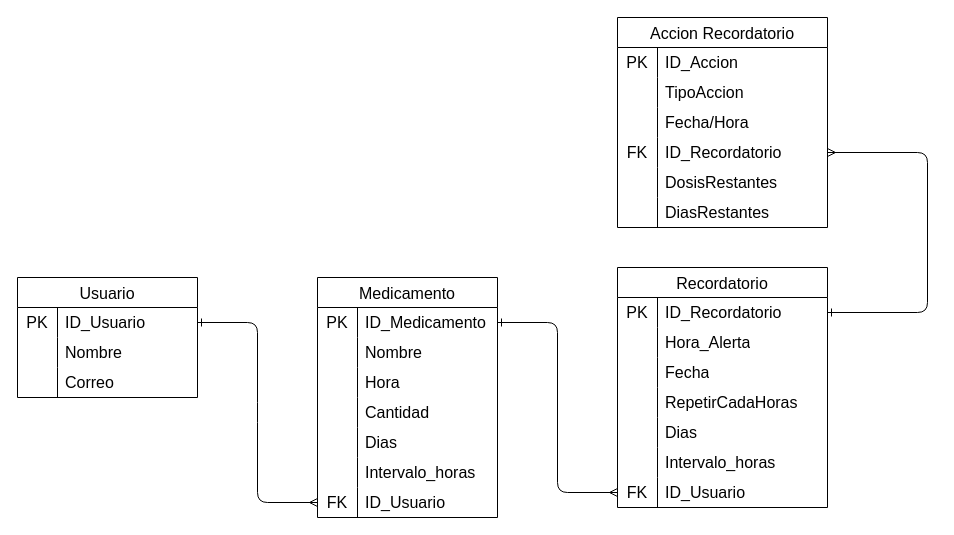
The draw.io diagram diagrams/entidad-relacion.drawio in Leandro-Diaz27/Sonnar-App, before the edit. Source tidied: cells renumbered, new cells numbered last; positions are measured from the earlier drawing's top-left corner, leaving out a move shared by most shapes. Both pictures are drawn from the tidied source at 100%, with x=0, y=0 at pixel (17, 17).
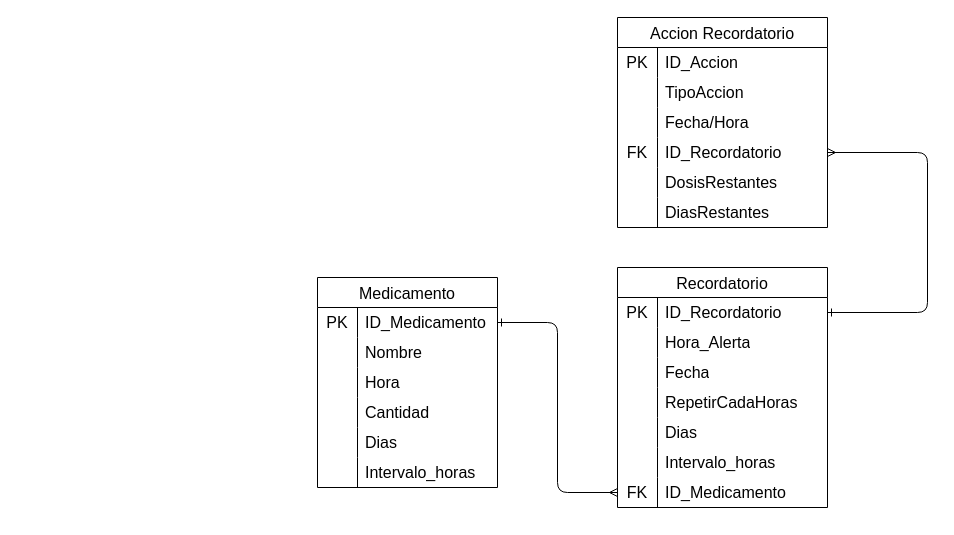
After the change.

The change refers to these unchanged cells:
```xml
<mxCell id="54" style="shape=tableRow;horizontal=0;startSize=0;swimlaneHead=0;swimlaneBody=0;top=0;left=0;bottom=0;right=0;fillColor=none;points=[[0,0.5],[1,0.5]];portConstraint=eastwest;strokeColor=inherit;fontSize=16;" parent="35" vertex="1">
  <mxGeometry y="210" width="210" height="30" as="geometry" />
</mxCell>
```

Change to the diagram source:
```diff
@@
     <mxCell id="2" value="Medicamento" style="shape=table;startSize=30;childLayout=tableLayout;rowLines=0;fontStyle=0;strokeColor=default;fontSize=16;" parent="1" vertex="1">
-      <mxGeometry x="300" y="260" width="180" height="240" as="geometry" />
+      <mxGeometry x="300" y="260" width="180" height="210" as="geometry" />
     </mxCell>
@@
-    <mxCell id="21" style="shape=tableRow;horizontal=0;startSize=0;swimlaneHead=0;swimlaneBody=0;top=0;left=0;bottom=0;right=0;fillColor=none;points=[[0,0.5],[1,0.5]];portConstraint=eastwest;strokeColor=inherit;fontSize=16;" parent="2" vertex="1">
-      <mxGeometry y="210" width="180" height="30" as="geometry" />
-    </mxCell>
-    <mxCell id="22" value="FK" style="shape=partialRectangle;html=1;whiteSpace=wrap;fillColor=none;top=0;left=0;bottom=0;right=0;overflow=hidden;strokeColor=inherit;fontSize=16;" parent="21" vertex="1">
-      <mxGeometry width="40" height="30" as="geometry" />
-    </mxCell>
-    <mxCell id="23" value="ID_Usuario" style="shape=partialRectangle;html=1;whiteSpace=wrap;fillColor=none;top=0;left=0;bottom=0;right=0;align=left;spacingLeft=6;overflow=hidden;strokeColor=inherit;fontSize=16;" parent="21" vertex="1">
-      <mxGeometry x="40" width="140" height="30" as="geometry" />
-    </mxCell>
-    <mxCell id="24" value="Usuario" style="shape=table;startSize=30;childLayout=tableLayout;rowLines=0;fontStyle=0;strokeColor=default;fontSize=16;" parent="1" vertex="1">
-      <mxGeometry y="260" width="180" height="120" as="geometry" />
-    </mxCell>
-    <mxCell id="25" style="shape=tableRow;horizontal=0;startSize=0;swimlaneHead=0;swimlaneBody=0;top=0;left=0;bottom=0;right=0;fillColor=none;points=[[0,0.5],[1,0.5]];portConstraint=eastwest;strokeColor=inherit;fontSize=16;" parent="24" vertex="1">
-      <mxGeometry y="30" width="180" height="30" as="geometry" />
-    </mxCell>
-    <mxCell id="26" value="PK" style="shape=partialRectangle;html=1;whiteSpace=wrap;fillColor=none;top=0;left=0;bottom=0;right=0;overflow=hidden;strokeColor=inherit;fontSize=16;" parent="25" vertex="1">
-      <mxGeometry width="40" height="30" as="geometry" />
-    </mxCell>
-    <mxCell id="27" value="ID_Usuario" style="shape=partialRectangle;html=1;whiteSpace=wrap;fillColor=none;top=0;left=0;bottom=0;right=0;align=left;spacingLeft=6;overflow=hidden;strokeColor=inherit;fontSize=16;" parent="25" vertex="1">
-      <mxGeometry x="40" width="140" height="30" as="geometry" />
-    </mxCell>
-    <mxCell id="28" style="shape=tableRow;horizontal=0;startSize=0;swimlaneHead=0;swimlaneBody=0;top=0;left=0;bottom=0;right=0;fillColor=none;strokeColor=inherit;fontSize=16;" parent="24" vertex="1">
-      <mxGeometry y="60" width="180" height="30" as="geometry" />
-    </mxCell>
-    <mxCell id="29" style="shape=partialRectangle;html=1;whiteSpace=wrap;fillColor=none;top=0;left=0;bottom=0;right=0;overflow=hidden;strokeColor=inherit;fontSize=16;" parent="28" vertex="1">
-      <mxGeometry width="40" height="30" as="geometry" />
-    </mxCell>
-    <mxCell id="30" value="Nombre" style="shape=partialRectangle;html=1;whiteSpace=wrap;fillColor=none;top=0;left=0;bottom=0;right=0;align=left;spacingLeft=6;overflow=hidden;strokeColor=inherit;fontSize=16;" parent="28" vertex="1">
-      <mxGeometry x="40" width="140" height="30" as="geometry" />
-    </mxCell>
-    <mxCell id="31" style="shape=tableRow;horizontal=0;startSize=0;swimlaneHead=0;swimlaneBody=0;top=0;left=0;bottom=0;right=0;fillColor=none;strokeColor=inherit;fontSize=16;" parent="24" vertex="1">
-      <mxGeometry y="90" width="180" height="30" as="geometry" />
-    </mxCell>
-    <mxCell id="32" style="shape=partialRectangle;html=1;whiteSpace=wrap;fillColor=none;top=0;left=0;bottom=0;right=0;overflow=hidden;strokeColor=inherit;fontSize=16;" parent="31" vertex="1">
-      <mxGeometry width="40" height="30" as="geometry" />
-    </mxCell>
-    <mxCell id="33" value="Correo" style="shape=partialRectangle;html=1;whiteSpace=wrap;fillColor=none;top=0;left=0;bottom=0;right=0;align=left;spacingLeft=6;overflow=hidden;strokeColor=inherit;fontSize=16;" parent="31" vertex="1">
-      <mxGeometry x="40" width="140" height="30" as="geometry" />
-    </mxCell>
-    <mxCell id="34" style="edgeStyle=none;html=1;exitX=1;exitY=0.5;exitDx=0;exitDy=0;entryX=0;entryY=0.5;entryDx=0;entryDy=0;startArrow=ERone;startFill=0;endArrow=ERmany;endFill=0;" parent="1" edge="1" source="25" target="21">
-      <mxGeometry relative="1" as="geometry">
-        <Array as="points">
-          <mxPoint x="240" y="305" />
-          <mxPoint x="240" y="395" />
-          <mxPoint x="240" y="485" />
-        </Array>
-      </mxGeometry>
-    </mxCell>
@@
-    <mxCell id="56" value="ID_Usuario" style="shape=partialRectangle;html=1;whiteSpace=wrap;fillColor=none;top=0;left=0;bottom=0;right=0;align=left;spacingLeft=6;overflow=hidden;strokeColor=inherit;fontSize=16;" parent="54" vertex="1">
+    <mxCell id="56" value="ID_Medicamento" style="shape=partialRectangle;html=1;whiteSpace=wrap;fillColor=none;top=0;left=0;bottom=0;right=0;align=left;spacingLeft=6;overflow=hidden;strokeColor=inherit;fontSize=16;" parent="54" vertex="1">
       <mxGeometry x="40" width="170" height="30" as="geometry" />
     </mxCell>
```
